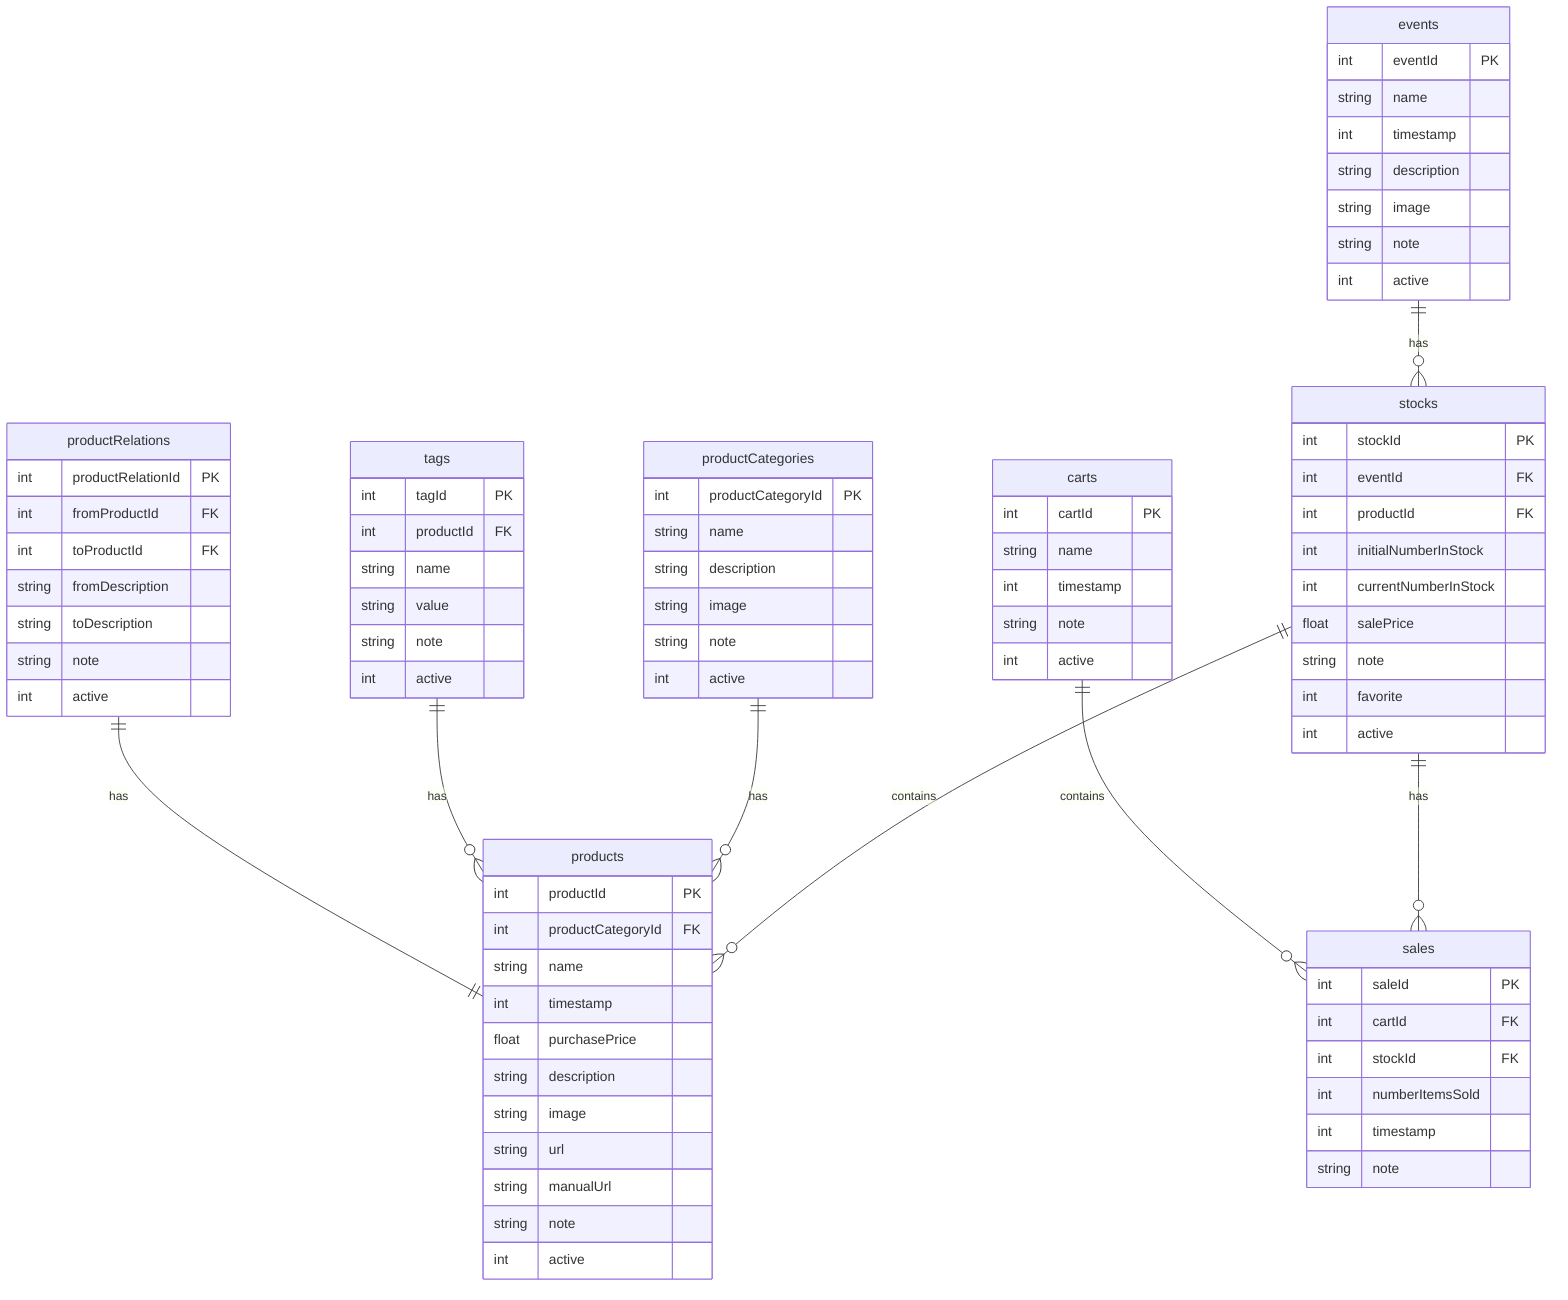
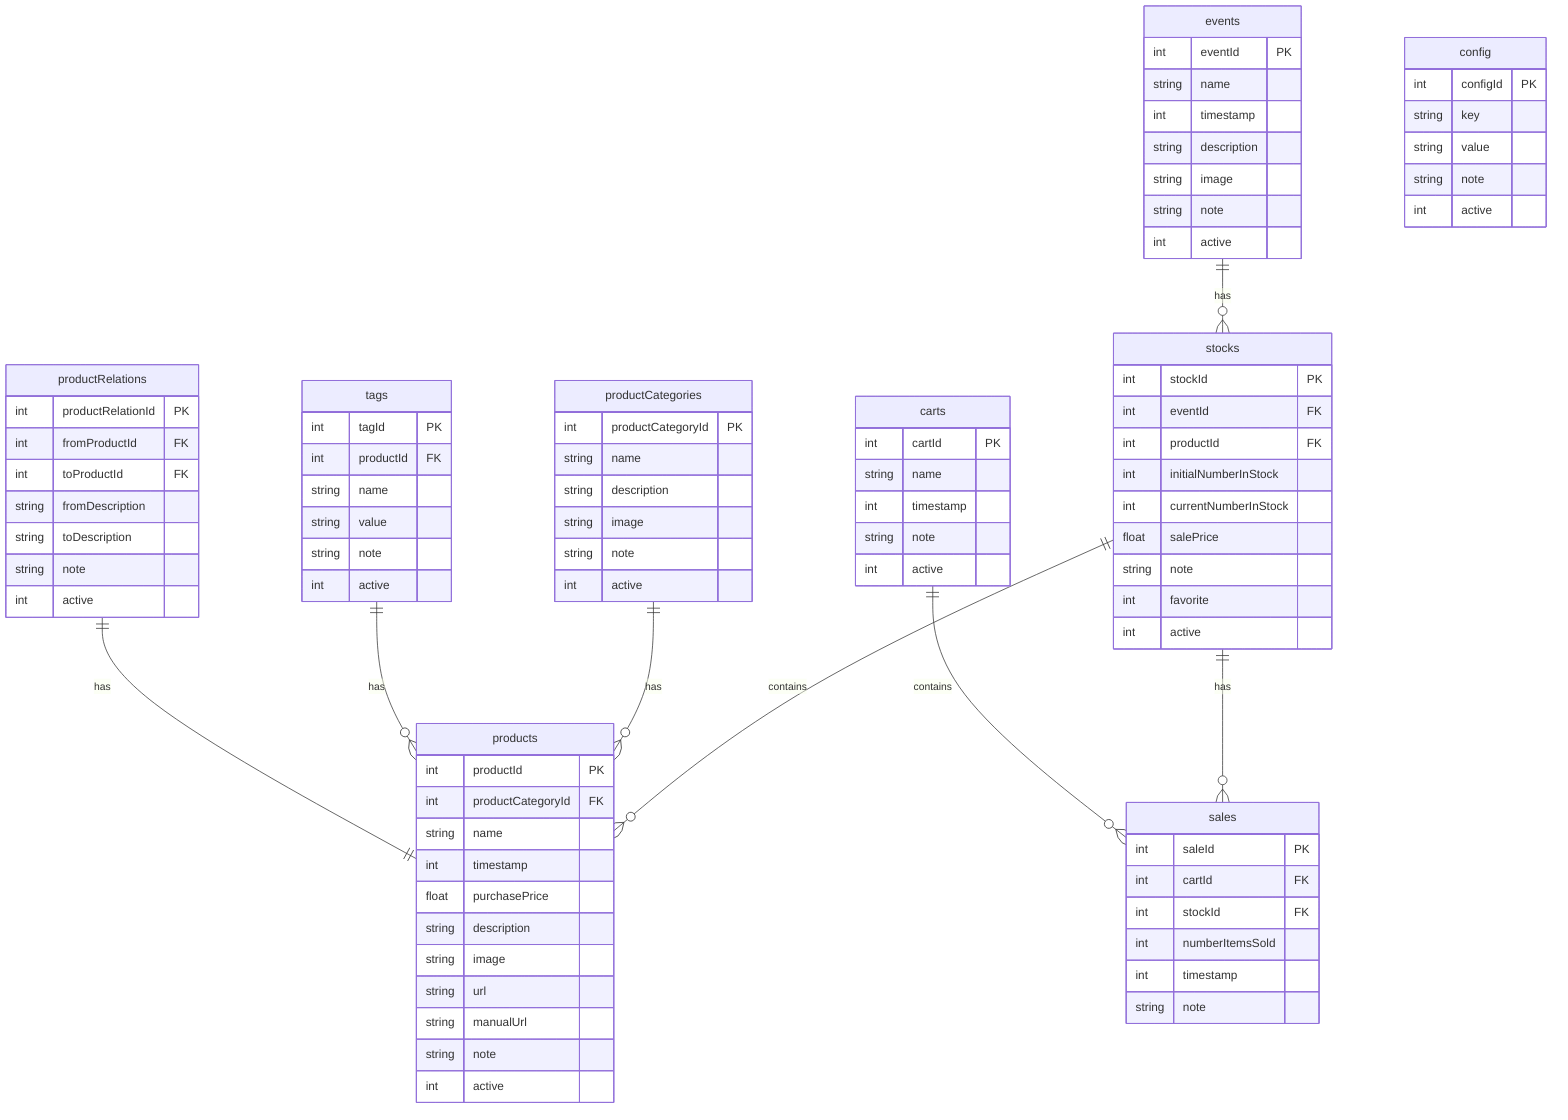
erDiagram
     stocks ||--o{ products : contains
     events ||--o{ stocks : has
     stocks ||--o{ sales : has
     productCategories ||--o{ products : has
     tags ||--o{ products : has
     carts ||--o{ sales : contains
     productRelations ||--|| products : has

     events {
         int eventId PK
         string name
         int timestamp
         string description
         string image
         string note
         int active
     }

     productCategories {
         int productCategoryId PK
         string name
         string description
         string image
         string note
         int active
     }

     products {
         int productId PK
         int productCategoryId FK
         string name
         int timestamp
         float purchasePrice
         string description
         string image
         string url
         string manualUrl
         string note
         int active
     }


     productRelations {
         int productRelationId PK
         int fromProductId FK
         int toProductId FK
         string fromDescription
         string toDescription
         string note
         int active
     }

     stocks {
         int stockId PK
         int eventId FK
         int productId FK
         int initialNumberInStock
         int currentNumberInStock
         float salePrice
         string note
         int favorite
         int active
     }

     carts {
         int cartId PK
         string name
         int timestamp
         string note
         int active
     }

     sales {
         int saleId PK
         int cartId FK
         int stockId FK
         int numberItemsSold
         int timestamp
         string note
     }

     tags {
         int tagId PK
         int productId FK
         string name
         string value
         string note
         int active
     }
+ 
+      config {
+          int configId PK
+          string key
+          string value
+          string note
+          int active
+      }
